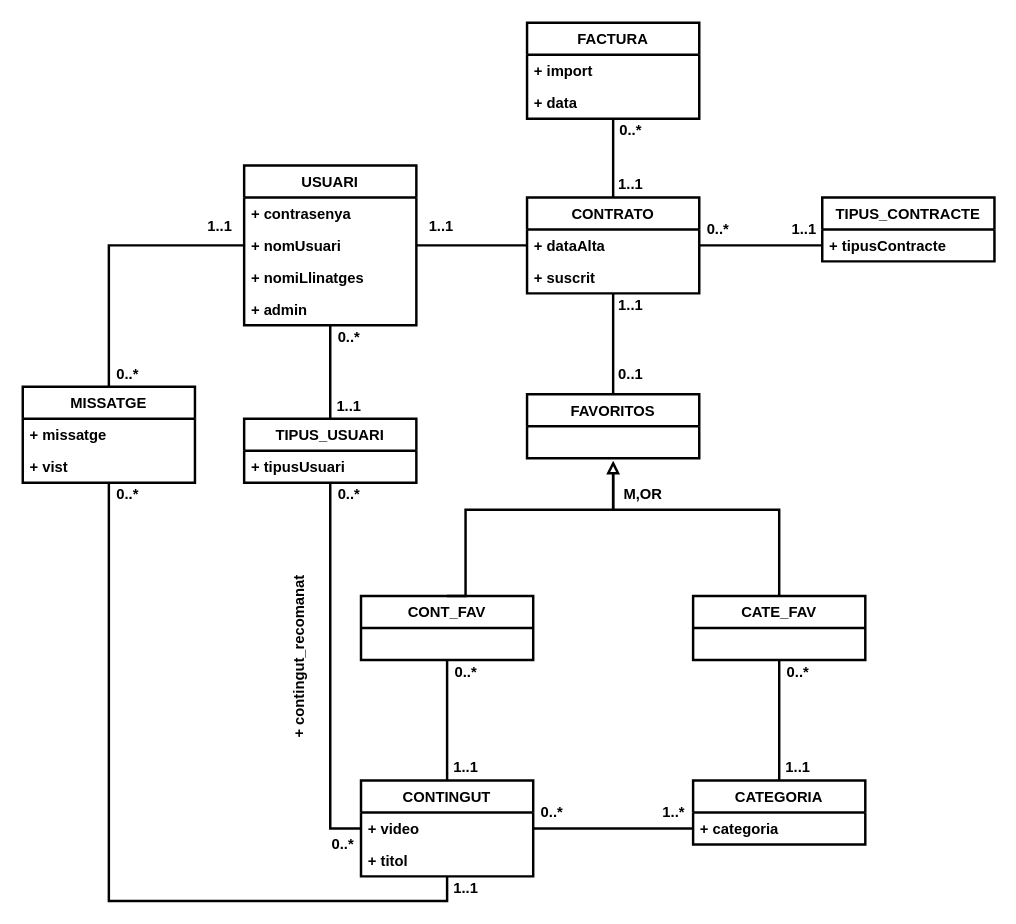
The draw.io diagram Modelo Conceptual.drawio in JaumeJulia/BD2_Practica02, before the edit. Source tidied: cells renumbered, new cells numbered last; positions are measured from the earlier drawing's top-left corner, leaving out a move shared by most shapes. Both pictures are drawn from the tidied source at 123%, with x=0, y=0 at pixel (22, 22).
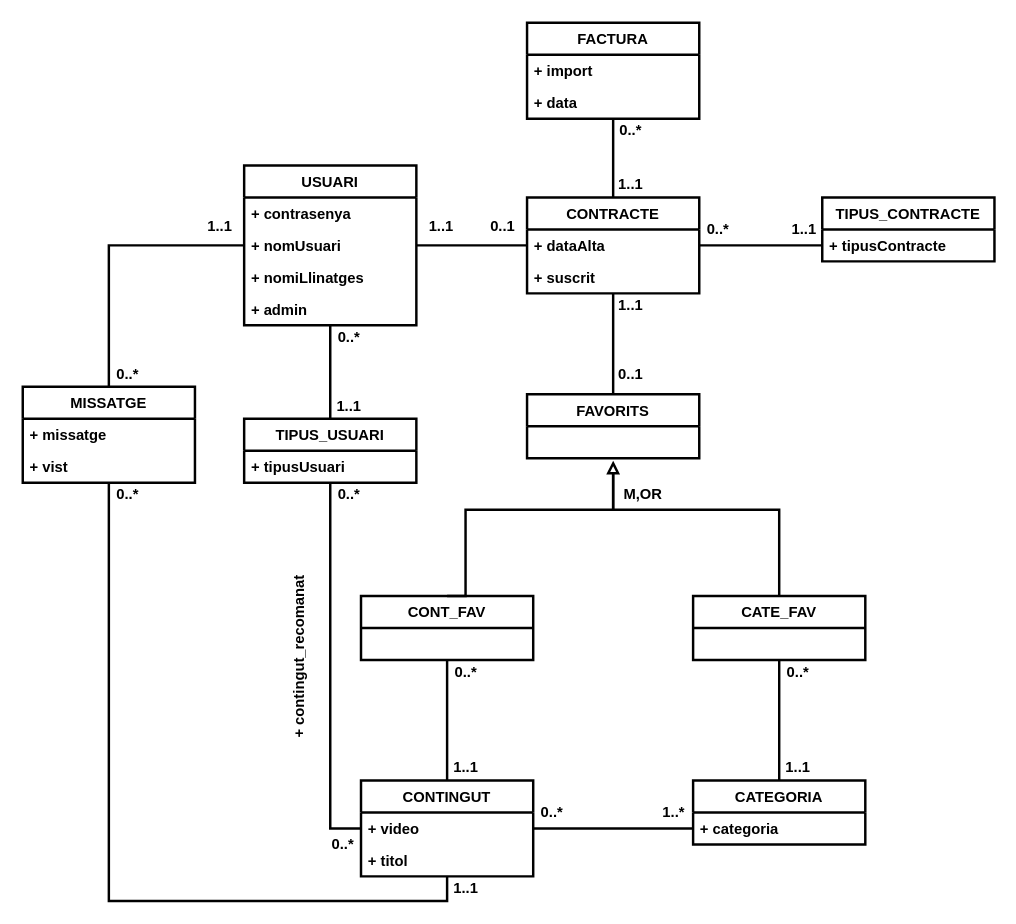
The same diagram, later.

Commit message (it also covers changes not shown here):
Modelo conceptual modificado y añado registro.php

Diff of the diagram source:
```diff
@@
-    <mxCell id="4" value="CONTRATO" style="swimlane;fontStyle=1;horizontal=1;startSize=26;fillColor=none;strokeWidth=2;" parent="1" vertex="1">
+    <mxCell id="4" value="CONTRACTE" style="swimlane;fontStyle=1;horizontal=1;startSize=26;fillColor=none;strokeWidth=2;" parent="1" vertex="1">
       <mxGeometry x="410" y="142" width="140" height="78" as="geometry" />
     </mxCell>
@@
-    <mxCell id="25" value="FAVORITOS" style="swimlane;fontStyle=1;horizontal=1;startSize=26;fillColor=none;strokeWidth=2;" parent="1" vertex="1">
+    <mxCell id="25" value="FAVORITS" style="swimlane;fontStyle=1;horizontal=1;startSize=26;fillColor=none;strokeWidth=2;" parent="1" vertex="1">
       <mxGeometry x="410" y="302" width="140" height="52" as="geometry" />
     </mxCell>
@@
+    <mxCell id="64" value="0..1" style="text;html=1;align=center;verticalAlign=middle;strokeColor=none;fillColor=none;fontStyle=1;" parent="1" vertex="1">
+      <mxGeometry x="370" y="156" width="40" height="20" as="geometry" />
+    </mxCell>
```
